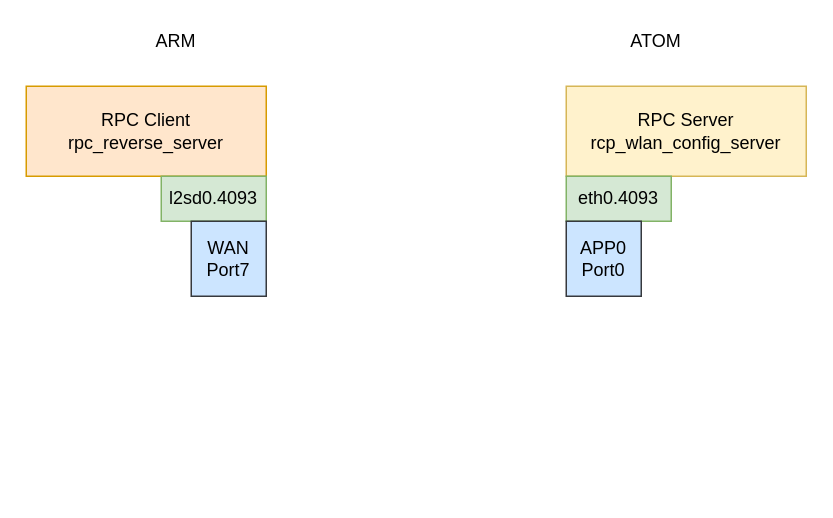
The draw.io diagram page "RPC" (13 of 14) of GW7557.drawio in nelsonchung/drawio, before the edit. Source tidied: cells renumbered, new cells numbered last; positions are measured from the earlier drawing's top-left corner, leaving out a move shared by most shapes. Both pictures are drawn from the tidied source at 150%, with x=0, y=0 at pixel (26, 26).
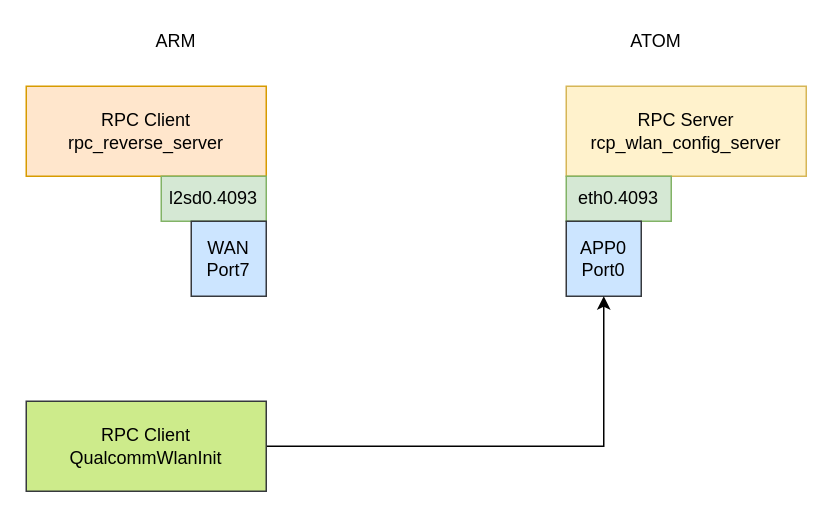
The same page after the edit.

Change to the diagram source:
```diff
@@
 <mxGraphModel>
   <root>
     <mxCell id="0" />
     <mxCell id="1" parent="0" />
     <mxCell id="2" value="RPC Client&lt;br&gt;rpc_reverse_server" style="rounded=0;whiteSpace=wrap;html=1;fillColor=#ffe6cc;strokeColor=#d79b00;" parent="1" vertex="1">
       <mxGeometry y="40" width="160" height="60" as="geometry" />
     </mxCell>
     <mxCell id="3" value="RPC Server&lt;br&gt;rcp_wlan_config_server" style="rounded=0;whiteSpace=wrap;html=1;fillColor=#fff2cc;strokeColor=#d6b656;" parent="1" vertex="1">
       <mxGeometry x="360" y="40" width="160" height="60" as="geometry" />
     </mxCell>
     <mxCell id="4" value="ARM" style="text;html=1;strokeColor=none;fillColor=none;align=center;verticalAlign=middle;whiteSpace=wrap;rounded=0;" parent="1" vertex="1">
       <mxGeometry x="80" width="40" height="20" as="geometry" />
     </mxCell>
     <mxCell id="5" value="ATOM" style="text;html=1;strokeColor=none;fillColor=none;align=center;verticalAlign=middle;whiteSpace=wrap;rounded=0;" parent="1" vertex="1">
       <mxGeometry x="400" width="40" height="20" as="geometry" />
     </mxCell>
     <mxCell id="6" value="l2sd0.4093" style="rounded=0;whiteSpace=wrap;html=1;fillColor=#d5e8d4;strokeColor=#82b366;" parent="1" vertex="1">
       <mxGeometry x="90" y="100" width="70" height="30" as="geometry" />
     </mxCell>
     <mxCell id="7" value="eth0.4093" style="rounded=0;whiteSpace=wrap;html=1;fillColor=#d5e8d4;strokeColor=#82b366;" parent="1" vertex="1">
       <mxGeometry x="360" y="100" width="70" height="30" as="geometry" />
     </mxCell>
     <mxCell id="8" value="WAN&lt;br&gt;Port7" style="rounded=0;whiteSpace=wrap;html=1;fillColor=#cce5ff;strokeColor=#36393d;" parent="1" vertex="1">
       <mxGeometry x="110" y="130" width="50" height="50" as="geometry" />
     </mxCell>
     <mxCell id="9" value="APP0&lt;br&gt;Port0" style="rounded=0;whiteSpace=wrap;html=1;fillColor=#cce5ff;strokeColor=#36393d;" parent="1" vertex="1">
       <mxGeometry x="360" y="130" width="50" height="50" as="geometry" />
     </mxCell>
+    <mxCell id="10" style="edgeStyle=orthogonalEdgeStyle;rounded=0;jettySize=auto;html=1;exitX=1;exitY=0.5;exitDx=0;exitDy=0;entryX=0.5;entryY=1;entryDx=0;entryDy=0;" parent="1" edge="1" source="11" target="9">
+      <mxGeometry relative="1" as="geometry" />
+    </mxCell>
+    <mxCell id="11" value="RPC Client&lt;br&gt;QualcommWlanInit" style="rounded=0;whiteSpace=wrap;html=1;fillColor=#cdeb8b;strokeColor=#36393d;" parent="1" vertex="1">
+      <mxGeometry y="250" width="160" height="60" as="geometry" />
+    </mxCell>
   </root>
 </mxGraphModel>
```
